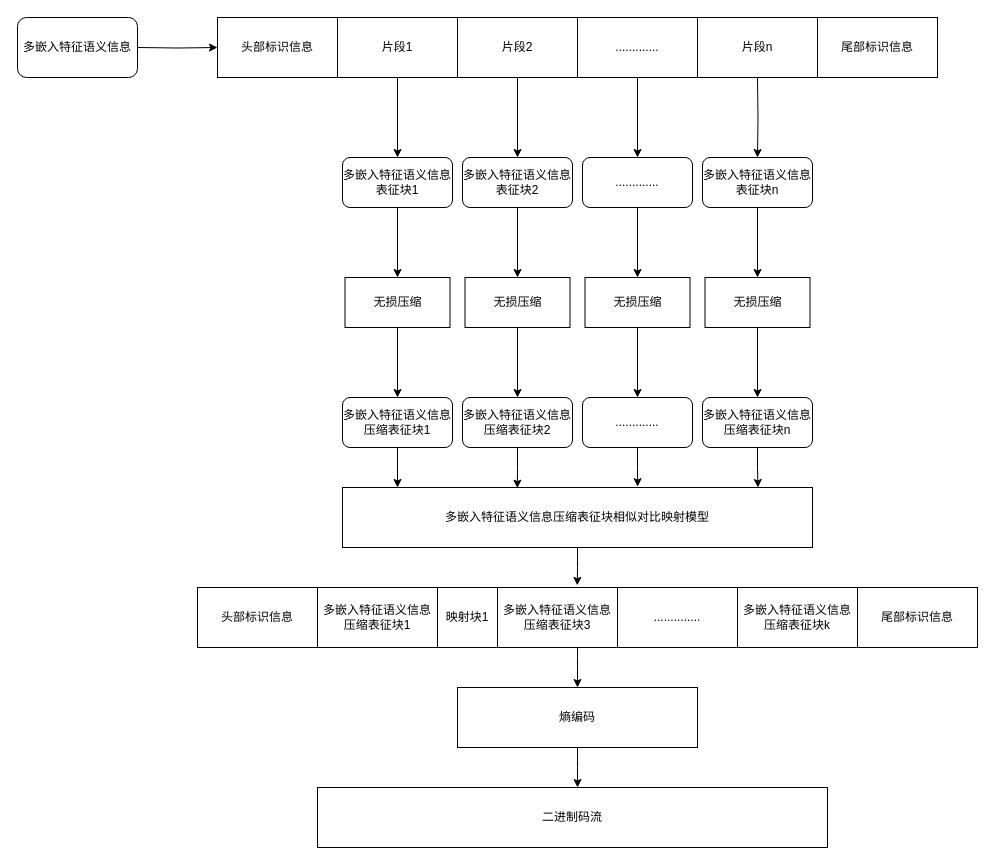
Earlier version of the draw.io diagram 语义信息编码及码流压缩模块_视频.drawio (hrf666666/FlowCharts). Source tidied: cells renumbered, new cells numbered last; positions are measured from the earlier drawing's top-left corner, leaving out a move shared by most shapes. Both pictures are drawn from the tidied source at 100%, with x=0, y=0 at pixel (17, 17).
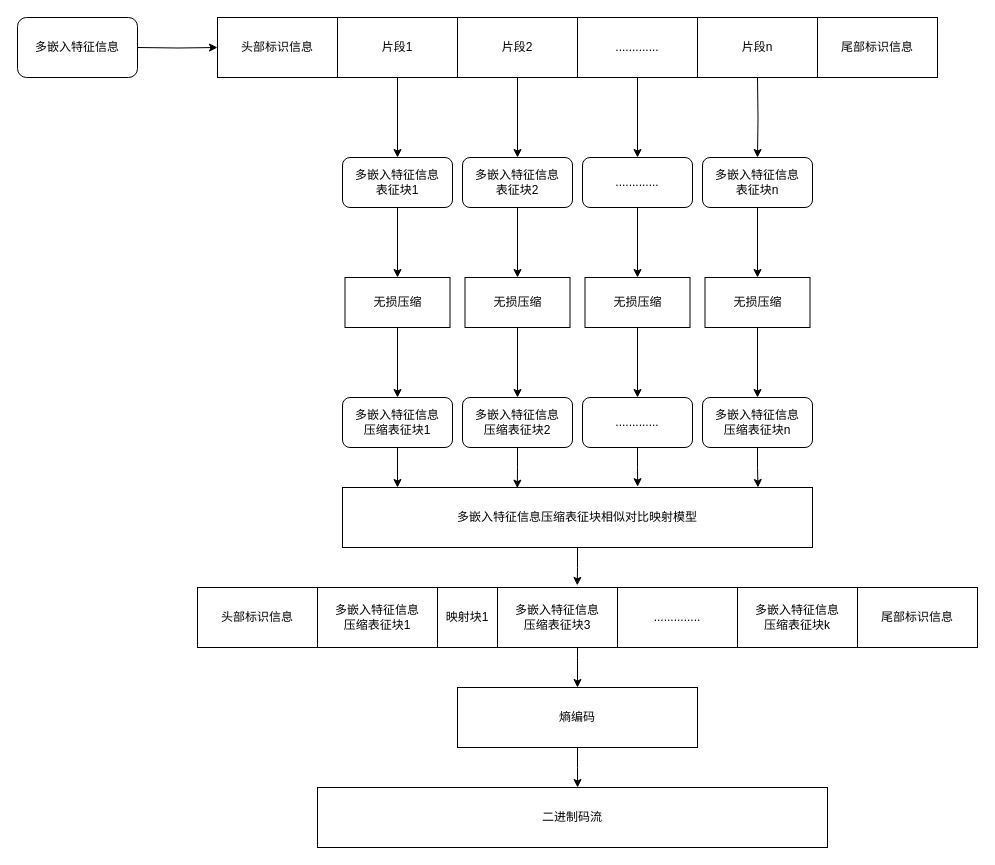
After the change.

Commit message:
更新语义信息编码及码流压缩模块_视频.drawio

The edit, as a diff of the source:
```diff
@@
-    <mxCell id="5" value="多嵌入特征语义信息" style="rounded=1;whiteSpace=wrap;html=1;" parent="1" vertex="1">
+    <mxCell id="5" value="多嵌入特征信息" style="rounded=1;whiteSpace=wrap;html=1;" parent="1" vertex="1">
       <mxGeometry width="120" height="60" as="geometry" />
     </mxCell>
@@
-    <mxCell id="8" value="多嵌入特征语义信息表征块1" style="rounded=1;whiteSpace=wrap;html=1;" parent="1" vertex="1">
+    <mxCell id="8" value="多嵌入特征信息&lt;div&gt;表征块1&lt;/div&gt;" style="rounded=1;whiteSpace=wrap;html=1;" parent="1" vertex="1">
       <mxGeometry x="325" y="140" width="110" height="50" as="geometry" />
     </mxCell>
@@
-    <mxCell id="16" value="多嵌入特征语义信息表征块2" style="rounded=1;whiteSpace=wrap;html=1;" parent="1" vertex="1">
+    <mxCell id="16" value="多嵌入特征信息&lt;div&gt;表征块2&lt;/div&gt;" style="rounded=1;whiteSpace=wrap;html=1;" parent="1" vertex="1">
       <mxGeometry x="445" y="140" width="110" height="50" as="geometry" />
     </mxCell>
@@
-    <mxCell id="19" value="多嵌入特征语义信息表征块n" style="rounded=1;whiteSpace=wrap;html=1;" parent="1" vertex="1">
+    <mxCell id="19" value="多嵌入特征信息&lt;div&gt;表征块n&lt;/div&gt;" style="rounded=1;whiteSpace=wrap;html=1;" parent="1" vertex="1">
       <mxGeometry x="685" y="140" width="110" height="50" as="geometry" />
     </mxCell>
@@
-    <mxCell id="22" value="多嵌入特征语义信息压缩表征块1" style="rounded=1;whiteSpace=wrap;html=1;" parent="1" vertex="1">
+    <mxCell id="22" value="多嵌入特征信息&lt;div&gt;压缩表征块1&lt;/div&gt;" style="rounded=1;whiteSpace=wrap;html=1;" parent="1" vertex="1">
       <mxGeometry x="325" y="380" width="110" height="50" as="geometry" />
     </mxCell>
@@
-    <mxCell id="25" value="多嵌入特征语义信息压缩表征块2" style="rounded=1;whiteSpace=wrap;html=1;" parent="1" vertex="1">
+    <mxCell id="25" value="多嵌入特征信息&lt;div&gt;压缩表征块2&lt;/div&gt;" style="rounded=1;whiteSpace=wrap;html=1;" parent="1" vertex="1">
       <mxGeometry x="445" y="380" width="110" height="50" as="geometry" />
     </mxCell>
@@
-    <mxCell id="28" value="多嵌入特征语义信息压缩表征块n" style="rounded=1;whiteSpace=wrap;html=1;" parent="1" vertex="1">
+    <mxCell id="28" value="多嵌入特征信息&lt;div&gt;压缩表征块n&lt;/div&gt;" style="rounded=1;whiteSpace=wrap;html=1;" parent="1" vertex="1">
       <mxGeometry x="685" y="380" width="110" height="50" as="geometry" />
     </mxCell>
@@
-    <mxCell id="34" value="多嵌入特征语义信息压缩表征块相似对比映射模型" style="rounded=0;whiteSpace=wrap;html=1;" parent="1" vertex="1">
+    <mxCell id="34" value="多嵌入特征信息压缩表征块相似对比映射模型" style="rounded=0;whiteSpace=wrap;html=1;" parent="1" vertex="1">
       <mxGeometry x="325" y="470" width="470" height="60" as="geometry" />
     </mxCell>
@@
-    <mxCell id="39" value="多嵌入特征语义信息压缩表征块1" style="rounded=0;whiteSpace=wrap;html=1;" parent="1" vertex="1">
+    <mxCell id="39" value="多嵌入特征信息&lt;div&gt;压缩表征块1&lt;/div&gt;" style="rounded=0;whiteSpace=wrap;html=1;" parent="1" vertex="1">
       <mxGeometry x="300" y="570" width="120" height="60" as="geometry" />
     </mxCell>
@@
-    <mxCell id="42" value="多嵌入特征语义信息压缩表征块3" style="rounded=0;whiteSpace=wrap;html=1;" parent="1" vertex="1">
+    <mxCell id="42" value="多嵌入特征信息&lt;div&gt;压缩表征块3&lt;/div&gt;" style="rounded=0;whiteSpace=wrap;html=1;" parent="1" vertex="1">
       <mxGeometry x="480" y="570" width="120" height="60" as="geometry" />
     </mxCell>
@@
-    <mxCell id="44" value="多嵌入特征语义信息压缩表征块k" style="rounded=0;whiteSpace=wrap;html=1;" parent="1" vertex="1">
+    <mxCell id="44" value="多嵌入特征信息&lt;div&gt;压缩表征块k&lt;/div&gt;" style="rounded=0;whiteSpace=wrap;html=1;" parent="1" vertex="1">
       <mxGeometry x="720" y="570" width="120" height="60" as="geometry" />
     </mxCell>
```
